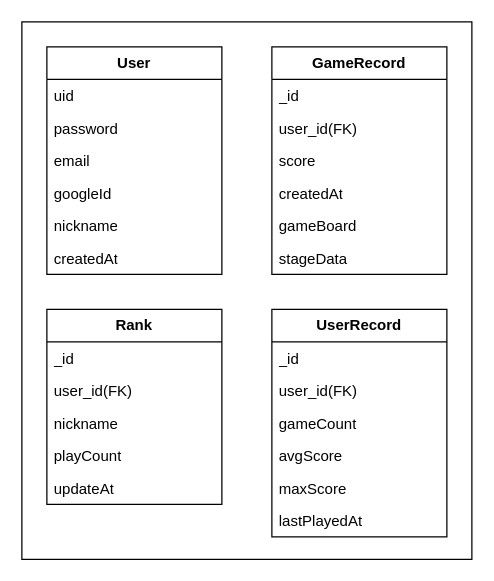
This is ERD.drawio from jms0802/myGame, a draw.io file, before an edit. Source tidied: cells renumbered, new cells numbered last; positions are measured from the earlier drawing's top-left corner, leaving out a move shared by most shapes. Both pictures are drawn from the tidied source at 125%, with x=0, y=0 at pixel (21, 21).
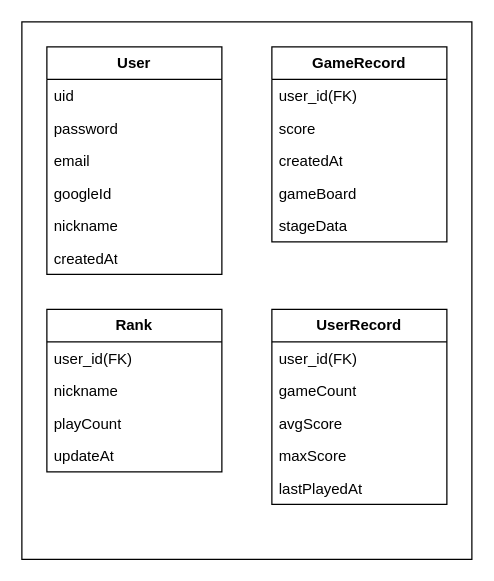
The same page after the edit.

Diff of the diagram source:
```diff
@@
     <mxCell id="10" value="&lt;b&gt;GameRecord&lt;/b&gt;" style="swimlane;fontStyle=0;horizontal=1;startSize=26;fillColor=none;whiteSpace=wrap;html=1;" parent="1" vertex="1">
-      <mxGeometry x="200" y="20" width="140" height="182" as="geometry" />
+      <mxGeometry x="200" y="20" width="140" height="156" as="geometry" />
     </mxCell>
-    <mxCell id="11" value="_id" style="text;strokeColor=none;fillColor=none;align=left;verticalAlign=top;spacingLeft=4;spacingRight=4;overflow=hidden;whiteSpace=wrap;html=1;" parent="10" vertex="1">
-      <mxGeometry y="26" width="140" height="26" as="geometry" />
-    </mxCell>
     <mxCell id="12" value="user_id(FK)" style="text;strokeColor=none;fillColor=none;align=left;verticalAlign=top;spacingLeft=4;spacingRight=4;overflow=hidden;whiteSpace=wrap;html=1;" parent="10" vertex="1">
-      <mxGeometry y="52" width="140" height="26" as="geometry" />
+      <mxGeometry y="26" width="140" height="26" as="geometry" />
     </mxCell>
     <mxCell id="13" value="score" style="text;strokeColor=none;fillColor=none;align=left;verticalAlign=top;spacingLeft=4;spacingRight=4;overflow=hidden;whiteSpace=wrap;html=1;" parent="10" vertex="1">
-      <mxGeometry y="78" width="140" height="26" as="geometry" />
+      <mxGeometry y="52" width="140" height="26" as="geometry" />
     </mxCell>
     <mxCell id="14" value="createdAt" style="text;strokeColor=none;fillColor=none;align=left;verticalAlign=top;spacingLeft=4;spacingRight=4;overflow=hidden;whiteSpace=wrap;html=1;" parent="10" vertex="1">
-      <mxGeometry y="104" width="140" height="26" as="geometry" />
+      <mxGeometry y="78" width="140" height="26" as="geometry" />
     </mxCell>
     <mxCell id="15" value="gameBoard" style="text;strokeColor=none;fillColor=none;align=left;verticalAlign=top;spacingLeft=4;spacingRight=4;overflow=hidden;whiteSpace=wrap;html=1;" parent="10" vertex="1">
-      <mxGeometry y="130" width="140" height="26" as="geometry" />
+      <mxGeometry y="104" width="140" height="26" as="geometry" />
     </mxCell>
     <mxCell id="16" value="stageData" style="text;strokeColor=none;fillColor=none;align=left;verticalAlign=top;spacingLeft=4;spacingRight=4;overflow=hidden;whiteSpace=wrap;html=1;" parent="10" vertex="1">
-      <mxGeometry y="156" width="140" height="26" as="geometry" />
+      <mxGeometry y="130" width="140" height="26" as="geometry" />
     </mxCell>
     <mxCell id="17" value="&lt;b&gt;UserRecord&lt;/b&gt;" style="swimlane;fontStyle=0;horizontal=1;startSize=26;fillColor=none;whiteSpace=wrap;html=1;" parent="1" vertex="1">
-      <mxGeometry x="200" y="230" width="140" height="182" as="geometry" />
+      <mxGeometry x="200" y="230" width="140" height="156" as="geometry" />
     </mxCell>
-    <mxCell id="18" value="_id" style="text;strokeColor=none;fillColor=none;align=left;verticalAlign=top;spacingLeft=4;spacingRight=4;overflow=hidden;whiteSpace=wrap;html=1;" parent="17" vertex="1">
-      <mxGeometry y="26" width="140" height="26" as="geometry" />
-    </mxCell>
     <mxCell id="19" value="user_id(FK)" style="text;strokeColor=none;fillColor=none;align=left;verticalAlign=top;spacingLeft=4;spacingRight=4;overflow=hidden;whiteSpace=wrap;html=1;" parent="17" vertex="1">
-      <mxGeometry y="52" width="140" height="26" as="geometry" />
+      <mxGeometry y="26" width="140" height="26" as="geometry" />
     </mxCell>
     <mxCell id="20" value="gameCount" style="text;strokeColor=none;fillColor=none;align=left;verticalAlign=top;spacingLeft=4;spacingRight=4;overflow=hidden;whiteSpace=wrap;html=1;" parent="17" vertex="1">
-      <mxGeometry y="78" width="140" height="26" as="geometry" />
+      <mxGeometry y="52" width="140" height="26" as="geometry" />
     </mxCell>
     <mxCell id="21" value="avgScore" style="text;strokeColor=none;fillColor=none;align=left;verticalAlign=top;spacingLeft=4;spacingRight=4;overflow=hidden;whiteSpace=wrap;html=1;" parent="17" vertex="1">
-      <mxGeometry y="104" width="140" height="26" as="geometry" />
+      <mxGeometry y="78" width="140" height="26" as="geometry" />
     </mxCell>
     <mxCell id="22" value="maxScore" style="text;strokeColor=none;fillColor=none;align=left;verticalAlign=top;spacingLeft=4;spacingRight=4;overflow=hidden;whiteSpace=wrap;html=1;" parent="17" vertex="1">
-      <mxGeometry y="130" width="140" height="26" as="geometry" />
+      <mxGeometry y="104" width="140" height="26" as="geometry" />
     </mxCell>
     <mxCell id="23" value="lastPlayedAt" style="text;strokeColor=none;fillColor=none;align=left;verticalAlign=top;spacingLeft=4;spacingRight=4;overflow=hidden;whiteSpace=wrap;html=1;" parent="17" vertex="1">
-      <mxGeometry y="156" width="140" height="26" as="geometry" />
+      <mxGeometry y="130" width="140" height="26" as="geometry" />
     </mxCell>
     <mxCell id="24" value="&lt;b&gt;Rank&lt;/b&gt;" style="swimlane;fontStyle=0;horizontal=1;startSize=26;fillColor=none;whiteSpace=wrap;html=1;" parent="1" vertex="1">
-      <mxGeometry x="20" y="230" width="140" height="156" as="geometry" />
+      <mxGeometry x="20" y="230" width="140" height="130" as="geometry" />
     </mxCell>
-    <mxCell id="25" value="_id" style="text;strokeColor=none;fillColor=none;align=left;verticalAlign=top;spacingLeft=4;spacingRight=4;overflow=hidden;whiteSpace=wrap;html=1;" parent="24" vertex="1">
-      <mxGeometry y="26" width="140" height="26" as="geometry" />
-    </mxCell>
     <mxCell id="26" value="user_id(FK)" style="text;strokeColor=none;fillColor=none;align=left;verticalAlign=top;spacingLeft=4;spacingRight=4;overflow=hidden;whiteSpace=wrap;html=1;" parent="24" vertex="1">
-      <mxGeometry y="52" width="140" height="26" as="geometry" />
+      <mxGeometry y="26" width="140" height="26" as="geometry" />
     </mxCell>
     <mxCell id="27" value="nickname" style="text;strokeColor=none;fillColor=none;align=left;verticalAlign=top;spacingLeft=4;spacingRight=4;overflow=hidden;whiteSpace=wrap;html=1;" parent="24" vertex="1">
-      <mxGeometry y="78" width="140" height="26" as="geometry" />
+      <mxGeometry y="52" width="140" height="26" as="geometry" />
     </mxCell>
     <mxCell id="28" value="playCount" style="text;strokeColor=none;fillColor=none;align=left;verticalAlign=top;spacingLeft=4;spacingRight=4;overflow=hidden;whiteSpace=wrap;html=1;" parent="24" vertex="1">
-      <mxGeometry y="104" width="140" height="26" as="geometry" />
+      <mxGeometry y="78" width="140" height="26" as="geometry" />
     </mxCell>
     <mxCell id="29" value="updateAt" style="text;strokeColor=none;fillColor=none;align=left;verticalAlign=top;spacingLeft=4;spacingRight=4;overflow=hidden;whiteSpace=wrap;html=1;" parent="24" vertex="1">
-      <mxGeometry y="130" width="140" height="26" as="geometry" />
+      <mxGeometry y="104" width="140" height="26" as="geometry" />
     </mxCell>
```
